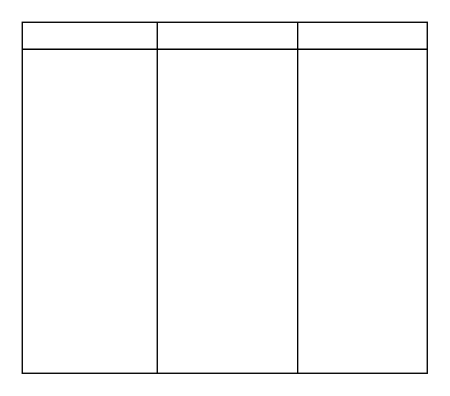
This is Untitled Diagram.drawio from pratik4999/kitchencafe, a draw.io file, before an edit. Source tidied: cells renumbered, new cells numbered last; positions are measured from the earlier drawing's top-left corner, leaving out a move shared by most shapes. Both pictures are drawn from the tidied source at 135%, with x=0, y=0 at pixel (22, 22).
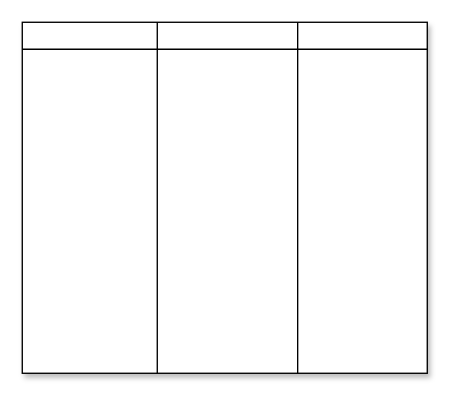
After the change.

The edit, as a diff of the source:
```diff
@@
 <mxGraphModel>
   <root>
     <mxCell id="0" />
     <mxCell id="1" parent="0" />
-    <mxCell id="2" style="shape=internalStorage;whiteSpace=wrap;html=1;backgroundOutline=1;dx=100;dy=20;" parent="1" vertex="1">
+    <mxCell id="2" style="shape=internalStorage;whiteSpace=wrap;html=1;backgroundOutline=1;dx=100;dy=20;shadow=1;" parent="1" vertex="1">
       <mxGeometry width="300" height="260" as="geometry" />
     </mxCell>
     <mxCell id="3" style="endArrow=none;html=1;rounded=0;" parent="1" edge="1">
       <mxGeometry relative="1" as="geometry">
         <mxPoint x="204" y="170" as="sourcePoint" />
         <mxPoint x="204" as="targetPoint" />
         <Array as="points">
           <mxPoint x="204" y="260" />
           <mxPoint x="204" y="50" />
         </Array>
       </mxGeometry>
     </mxCell>
   </root>
 </mxGraphModel>
```
